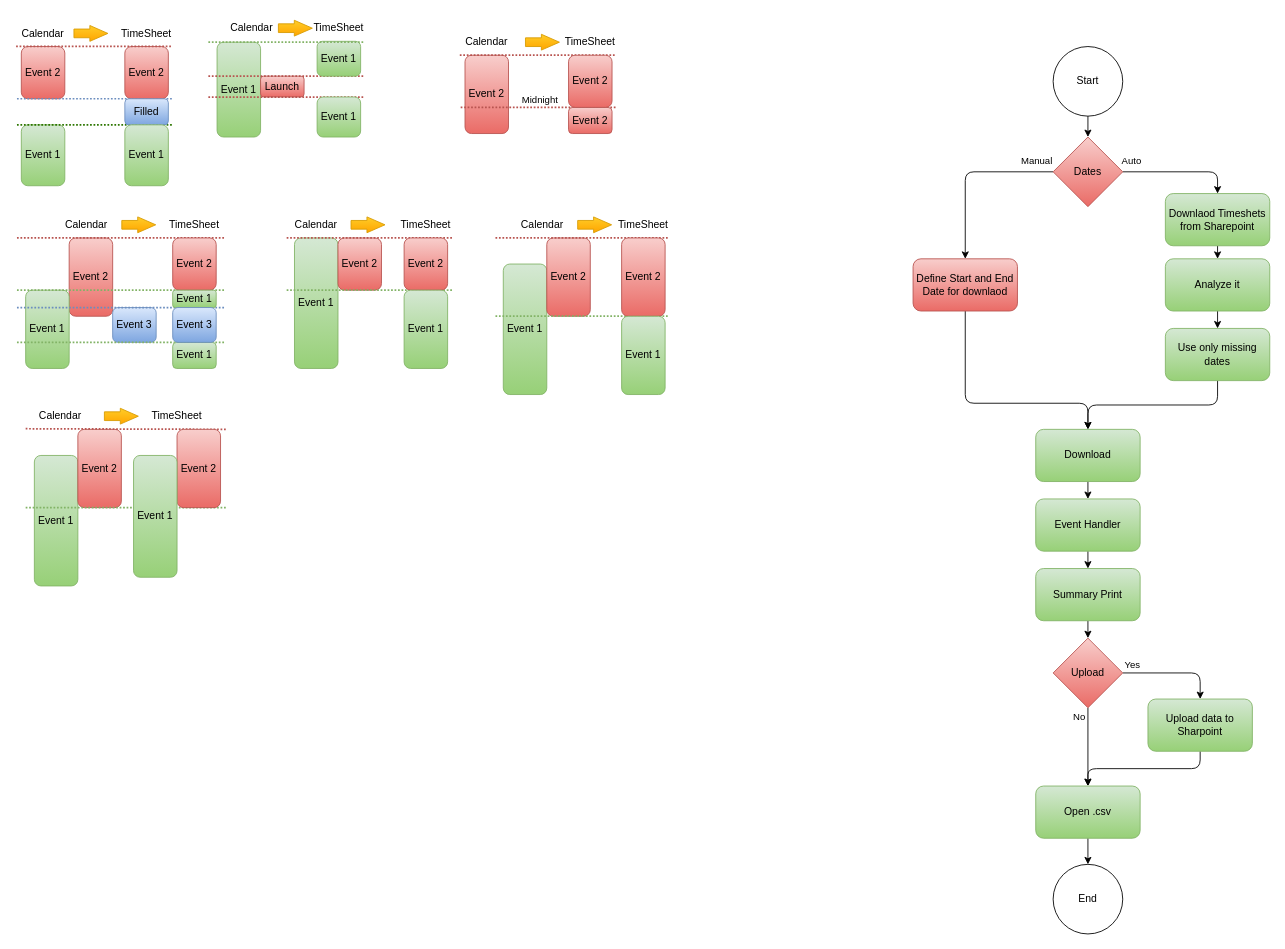
This is Libs/Readme/Charts.drawio from JanVasko1/KM-Calendar_Reading, a draw.io file, before an edit. Source tidied: cells renumbered, new cells numbered last; positions are measured from the earlier drawing's top-left corner, leaving out a move shared by most shapes. Both pictures are drawn from the tidied source at 87%, with x=0, y=0 at pixel (16, 15).
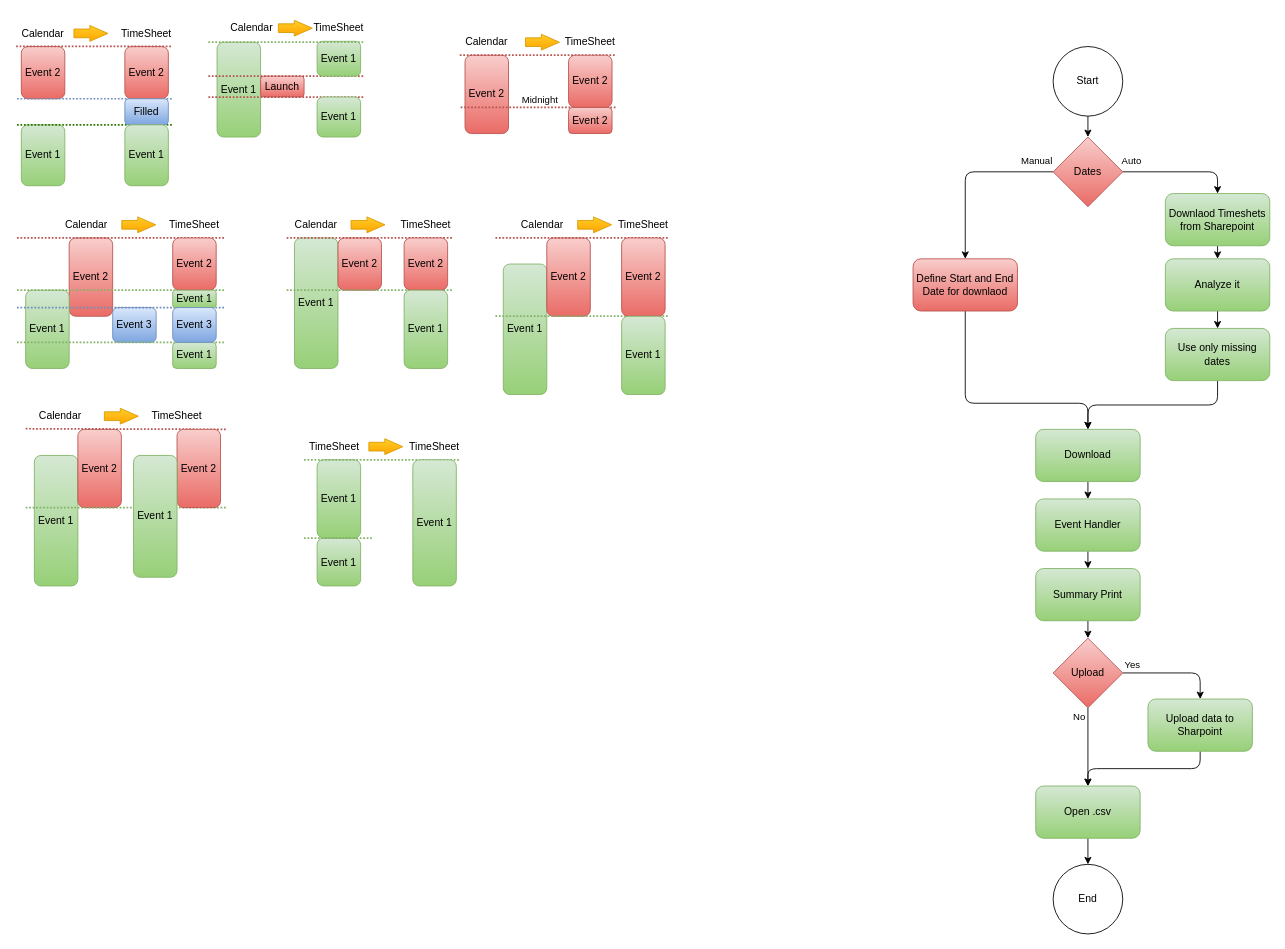
The same diagram, later.

Diff of the diagram source:
```diff
@@
+    <mxCell id="104" value="Event 1" style="rounded=1;whiteSpace=wrap;html=1;fillColor=#d5e8d4;strokeColor=#82b366;gradientColor=#97d077;" parent="1" vertex="1">
+      <mxGeometry x="346" y="601" width="50" height="55" as="geometry" />
+    </mxCell>
+    <mxCell id="105" value="TimeSheet" style="text;html=1;align=center;verticalAlign=middle;whiteSpace=wrap;rounded=0;" parent="1" vertex="1">
+      <mxGeometry x="451" y="481" width="60" height="30" as="geometry" />
+    </mxCell>
+    <mxCell id="106" style="shape=flexArrow;endArrow=classic;html=1;rounded=0;fillColor=#ffcd28;gradientColor=#ffa500;strokeColor=#d79b00;endWidth=7.209302325581396;endSize=6.574418604651163;" parent="1" edge="1">
+      <mxGeometry relative="1" as="geometry">
+        <mxPoint x="405" y="495.9" as="sourcePoint" />
+        <mxPoint x="445" y="495.9" as="targetPoint" />
+      </mxGeometry>
+    </mxCell>
+    <mxCell id="107" value="Event 1" style="rounded=1;whiteSpace=wrap;html=1;fillColor=#d5e8d4;strokeColor=#82b366;gradientColor=#97d077;" parent="1" vertex="1">
+      <mxGeometry x="346" y="511" width="50" height="90" as="geometry" />
+    </mxCell>
+    <mxCell id="108" style="endArrow=none;dashed=1;html=1;dashPattern=1 1;strokeWidth=2;rounded=0;fillColor=#d5e8d4;strokeColor=#82b366;gradientColor=#97d077;" parent="1" edge="1">
+      <mxGeometry relative="1" as="geometry">
+        <mxPoint x="331" y="601" as="sourcePoint" />
+        <mxPoint x="411" y="601" as="targetPoint" />
+      </mxGeometry>
+    </mxCell>
+    <mxCell id="109" style="endArrow=none;dashed=1;html=1;dashPattern=1 1;strokeWidth=2;rounded=0;fillColor=#d5e8d4;strokeColor=#82b366;gradientColor=#97d077;entryX=1;entryY=1;entryDx=0;entryDy=0;" parent="1" edge="1" target="105">
+      <mxGeometry relative="1" as="geometry">
+        <mxPoint x="331" y="511" as="sourcePoint" />
+      </mxGeometry>
+    </mxCell>
+    <mxCell id="110" value="Event 1" style="rounded=1;whiteSpace=wrap;html=1;fillColor=#d5e8d4;strokeColor=#82b366;gradientColor=#97d077;" parent="1" vertex="1">
+      <mxGeometry x="456" y="511" width="50" height="145" as="geometry" />
+    </mxCell>
+    <mxCell id="111" value="TimeSheet" style="text;html=1;align=center;verticalAlign=middle;whiteSpace=wrap;rounded=0;" parent="1" vertex="1">
+      <mxGeometry x="336" y="481" width="60" height="30" as="geometry" />
+    </mxCell>
```
